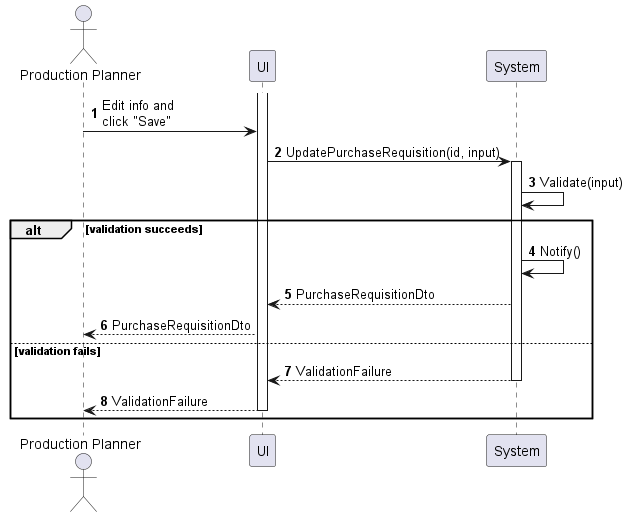
This is sequences/purchase-requisition-update.png from phihungha/scmss-reqs, a PlantUML export, as it was before one commit.
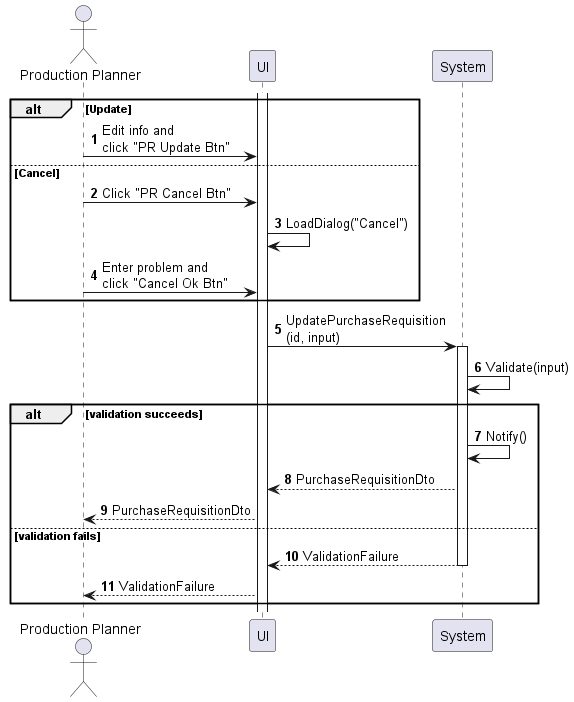
The same diagram one commit later.

Change to the diagram source:
```diff
@@ -6,8 +6,16 @@
 participant System as b
 
 activate f
-a -> f : Edit info and\nclick "Save"
-f -> b : UpdatePurchaseRequisition(id, input)
+
+alt Update
+    a -> f : Edit info and\nclick "PR Update Btn"
+else Cancel
+    a -> f : Click "PR Cancel Btn"
+    f -> f : LoadDialog("Cancel")
+    a -> f : Enter problem and\nclick "Cancel Ok Btn"
+end
+
+f -> b : UpdatePurchaseRequisition\n(id, input)
 activate b
 b -> b : Validate(input)
 
@@ -18,6 +26,5 @@
 else validation fails
     return ValidationFailure
     f --> a : ValidationFailure
-    deactivate f
 end
 @enduml
```
